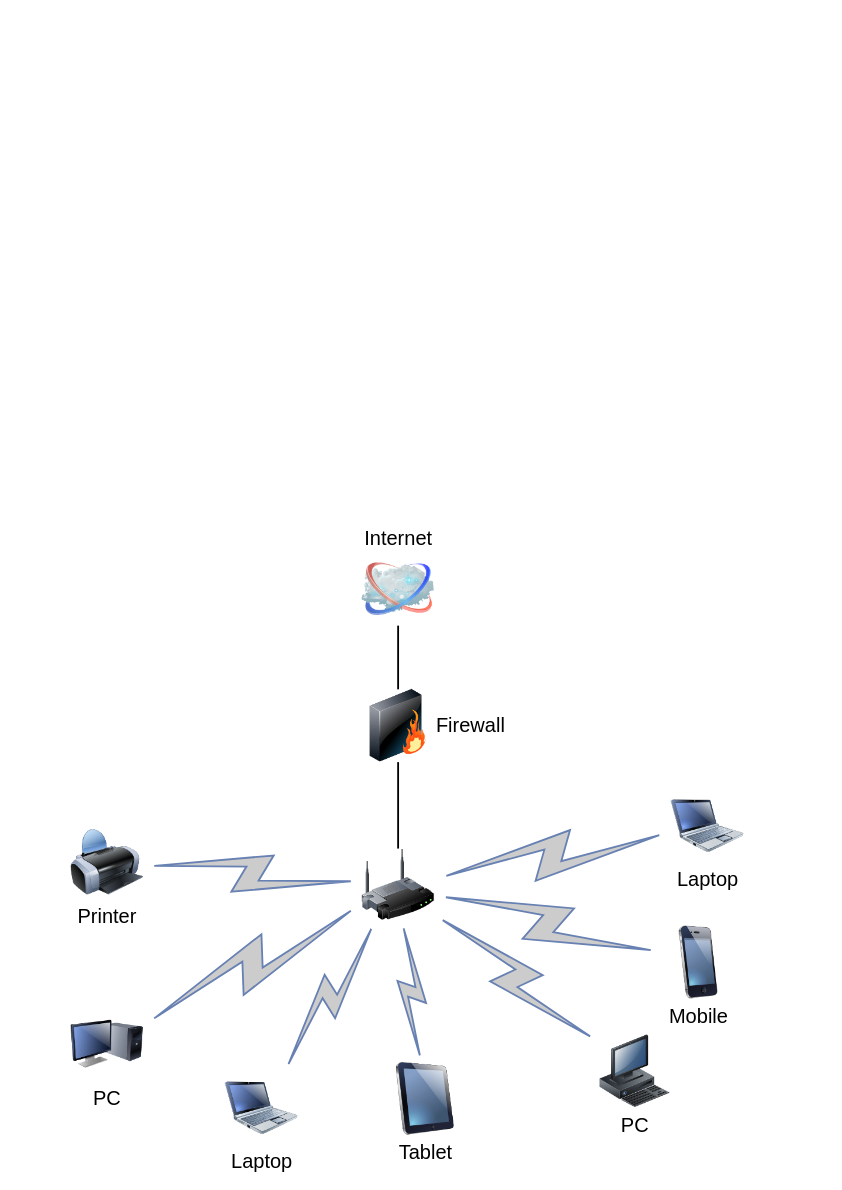
Before: zabbix_arch_example.drawio in padowla/super-fortnight, a draw.io diagram. Source tidied: cells renumbered, new cells numbered last; positions are measured from the earlier drawing's top-left corner, leaving out a move shared by most shapes. Both pictures are drawn from the tidied source at 91%, with x=0, y=0 at pixel (70, 552).
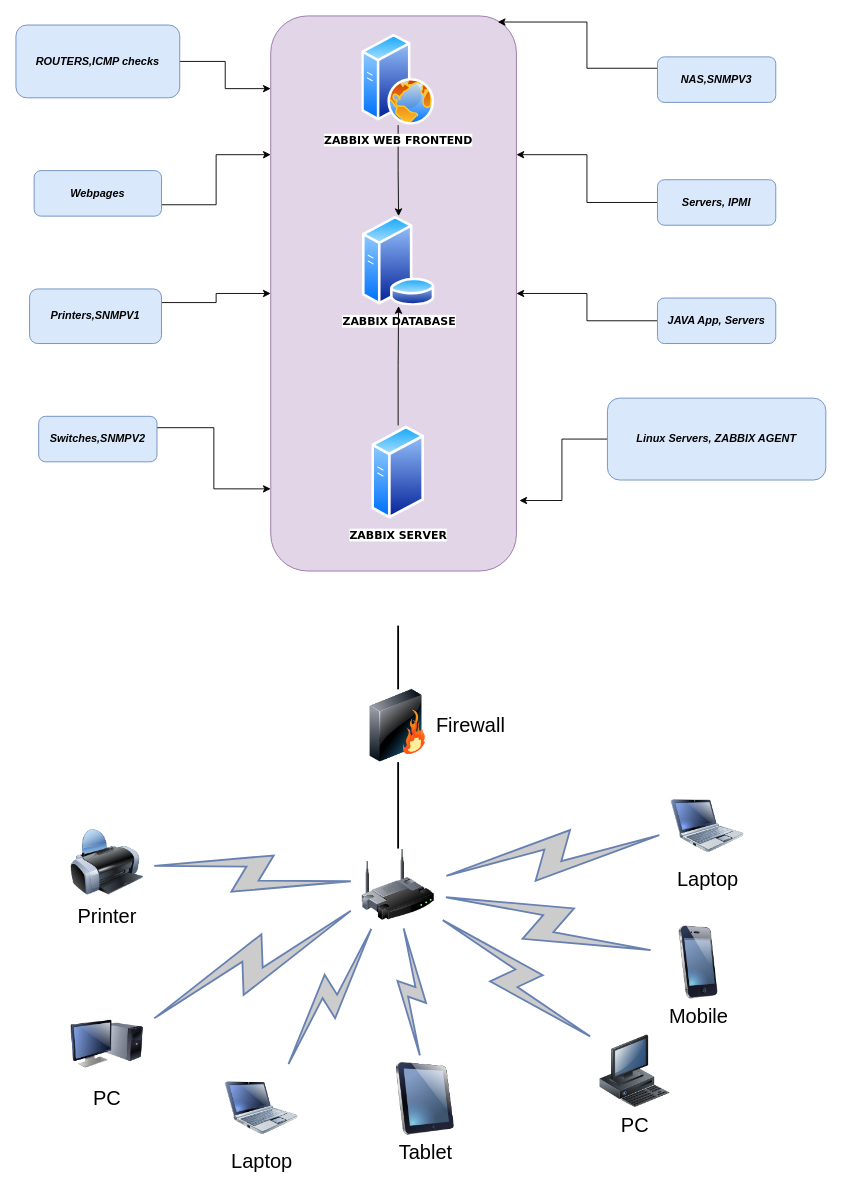
The same diagram, later.

Unchanged cells that the change refers to:
```xml
<mxCell id="6" value="Firewall" style="image;html=1;labelBackgroundColor=#ffffff;image=img/lib/clip_art/networking/Firewall_128x128.png;rounded=1;shadow=0;comic=0;strokeWidth=2;fontSize=22;labelPosition=right;verticalLabelPosition=middle;align=left;verticalAlign=middle;" parent="1" vertex="1">
  <mxGeometry x="320" y="150" width="80" height="80" as="geometry" />
</mxCell>
```

What changed in the source:
```diff
@@
+    <mxCell id="21" style="rounded=1;whiteSpace=wrap;html=1;fillColor=#e1d5e7;strokeColor=#9673a6;" parent="1" vertex="1">
+      <mxGeometry x="220" y="-590" width="270" height="610" as="geometry" />
+    </mxCell>
@@
-    <mxCell id="4" value="Internet" style="image;html=1;labelBackgroundColor=#ffffff;image=img/lib/clip_art/networking/Cloud_128x128.png;rounded=1;shadow=0;comic=0;strokeWidth=2;fontSize=22;labelPosition=center;verticalLabelPosition=top;align=center;verticalAlign=bottom;" parent="1" vertex="1">
-      <mxGeometry x="320" width="80" height="80" as="geometry" />
-    </mxCell>
-    <mxCell id="5" style="edgeStyle=none;rounded=0;html=1;labelBackgroundColor=none;endArrow=none;strokeWidth=2;fontFamily=Verdana;fontSize=22;" parent="1" edge="1" source="6" target="4">
-      <mxGeometry relative="1" as="geometry" />
+    <mxCell id="5" style="edgeStyle=none;rounded=0;html=1;labelBackgroundColor=none;endArrow=none;strokeWidth=2;fontFamily=Verdana;fontSize=22;" parent="1" edge="1" source="6">
+      <mxGeometry relative="1" as="geometry">
+        <mxPoint x="360" y="80" as="targetPoint" />
+      </mxGeometry>
     </mxCell>
@@
+    <mxCell id="22" style="edgeStyle=orthogonalEdgeStyle;rounded=0;jettySize=auto;html=1;" parent="1" edge="1" source="23" target="24">
+      <mxGeometry relative="1" as="geometry" />
+    </mxCell>
+    <mxCell id="23" value="&lt;font face=&quot;Verdana&quot;&gt;&lt;b&gt;ZABBIX WEB FRONTEND&lt;br&gt;&lt;/b&gt;&lt;/font&gt;" style="perimeter=ellipsePerimeter;html=1;align=center;shadow=0;dashed=0;spacingTop=3;image;image=img/lib/active_directory/web_server.svg;" parent="1" vertex="1">
+      <mxGeometry x="320" y="-570" width="80" height="100" as="geometry" />
+    </mxCell>
+    <mxCell id="24" value="&lt;b&gt;&lt;font face=&quot;Verdana&quot;&gt;ZABBIX DATABASE&lt;br&gt;&lt;/font&gt;&lt;/b&gt;" style="perimeter=ellipsePerimeter;html=1;align=center;shadow=0;dashed=0;spacingTop=3;image;image=img/lib/active_directory/database_server.svg;" parent="1" vertex="1">
+      <mxGeometry x="320" y="-370" width="81" height="98.8" as="geometry" />
+    </mxCell>
+    <mxCell id="25" style="edgeStyle=orthogonalEdgeStyle;rounded=0;jettySize=auto;html=1;" parent="1" edge="1" source="26" target="24">
+      <mxGeometry relative="1" as="geometry" />
+    </mxCell>
+    <mxCell id="26" value="&lt;font face=&quot;Verdana&quot;&gt;&lt;b&gt;ZABBIX SERVER&lt;br&gt;&lt;/b&gt;&lt;/font&gt;" style="perimeter=ellipsePerimeter;html=1;align=center;shadow=0;dashed=0;spacingTop=3;image;image=img/lib/active_directory/generic_server.svg;" parent="1" vertex="1">
+      <mxGeometry x="331" y="-140" width="58" height="103.6" as="geometry" />
+    </mxCell>
+    <mxCell id="27" style="edgeStyle=orthogonalEdgeStyle;rounded=0;jettySize=auto;html=1;exitX=1;exitY=0.5;exitDx=0;exitDy=0;entryX=0;entryY=0.131;entryDx=0;entryDy=0;entryPerimeter=0;" parent="1" edge="1" source="28" target="21">
+      <mxGeometry relative="1" as="geometry" />
+    </mxCell>
+    <mxCell id="28" value="&lt;b&gt;&lt;i&gt;ROUTERS,ICMP checks&lt;br&gt;&lt;/i&gt;&lt;/b&gt;" style="rounded=1;whiteSpace=wrap;html=1;fillColor=#dae8fc;strokeColor=#6c8ebf;" parent="1" vertex="1">
+      <mxGeometry x="-60" y="-580" width="180" height="80" as="geometry" />
+    </mxCell>
+    <mxCell id="29" style="edgeStyle=orthogonalEdgeStyle;rounded=0;jettySize=auto;html=1;exitX=1;exitY=0.75;exitDx=0;exitDy=0;entryX=0;entryY=0.25;entryDx=0;entryDy=0;" parent="1" edge="1" source="30" target="21">
+      <mxGeometry relative="1" as="geometry" />
+    </mxCell>
+    <mxCell id="30" value="&lt;i&gt;&lt;b&gt;Webpages&lt;/b&gt;&lt;/i&gt;" style="rounded=1;whiteSpace=wrap;html=1;fillColor=#dae8fc;strokeColor=#6c8ebf;" parent="1" vertex="1">
+      <mxGeometry x="-40" y="-420" width="140" height="50" as="geometry" />
+    </mxCell>
+    <mxCell id="31" style="edgeStyle=orthogonalEdgeStyle;rounded=0;jettySize=auto;html=1;exitX=1;exitY=0.25;exitDx=0;exitDy=0;" parent="1" edge="1" source="32" target="21">
+      <mxGeometry relative="1" as="geometry" />
+    </mxCell>
+    <mxCell id="32" value="&lt;i&gt;&lt;b&gt;Printers,SNMPV1&lt;/b&gt;&lt;/i&gt;" style="rounded=1;whiteSpace=wrap;html=1;fillColor=#dae8fc;strokeColor=#6c8ebf;" parent="1" vertex="1">
+      <mxGeometry x="-45" y="-290" width="145" height="60" as="geometry" />
+    </mxCell>
+    <mxCell id="33" style="edgeStyle=orthogonalEdgeStyle;rounded=0;jettySize=auto;html=1;exitX=1;exitY=0.25;exitDx=0;exitDy=0;entryX=0;entryY=0.852;entryDx=0;entryDy=0;entryPerimeter=0;" parent="1" edge="1" source="34" target="21">
+      <mxGeometry relative="1" as="geometry" />
+    </mxCell>
+    <mxCell id="34" value="&lt;i&gt;&lt;b&gt;Switches,SNMPV2&lt;/b&gt;&lt;/i&gt;" style="rounded=1;whiteSpace=wrap;html=1;fillColor=#dae8fc;strokeColor=#6c8ebf;" parent="1" vertex="1">
+      <mxGeometry x="-35" y="-150" width="130" height="50" as="geometry" />
+    </mxCell>
+    <mxCell id="35" style="edgeStyle=orthogonalEdgeStyle;rounded=0;jettySize=auto;html=1;exitX=0;exitY=0.25;exitDx=0;exitDy=0;entryX=0.924;entryY=0.011;entryDx=0;entryDy=0;entryPerimeter=0;" parent="1" edge="1" source="36" target="21">
+      <mxGeometry relative="1" as="geometry" />
+    </mxCell>
+    <mxCell id="36" value="&lt;i&gt;&lt;b&gt;NAS,SNMPV3&lt;/b&gt;&lt;/i&gt;" style="rounded=1;whiteSpace=wrap;html=1;fillColor=#dae8fc;strokeColor=#6c8ebf;" parent="1" vertex="1">
+      <mxGeometry x="645" y="-545" width="130" height="50" as="geometry" />
+    </mxCell>
+    <mxCell id="37" style="edgeStyle=orthogonalEdgeStyle;rounded=0;jettySize=auto;html=1;exitX=0;exitY=0.5;exitDx=0;exitDy=0;entryX=1;entryY=0.25;entryDx=0;entryDy=0;" parent="1" edge="1" source="38" target="21">
+      <mxGeometry relative="1" as="geometry" />
+    </mxCell>
+    <mxCell id="38" value="&lt;i&gt;&lt;b&gt;Servers, IPMI&lt;br&gt;&lt;/b&gt;&lt;/i&gt;" style="rounded=1;whiteSpace=wrap;html=1;fillColor=#dae8fc;strokeColor=#6c8ebf;" parent="1" vertex="1">
+      <mxGeometry x="645" y="-410" width="130" height="50" as="geometry" />
+    </mxCell>
+    <mxCell id="39" style="edgeStyle=orthogonalEdgeStyle;rounded=0;jettySize=auto;html=1;exitX=0;exitY=0.5;exitDx=0;exitDy=0;entryX=1;entryY=0.5;entryDx=0;entryDy=0;" parent="1" edge="1" source="40" target="21">
+      <mxGeometry relative="1" as="geometry" />
+    </mxCell>
+    <mxCell id="40" value="&lt;i&gt;&lt;b&gt;JAVA App, Servers&lt;br&gt;&lt;/b&gt;&lt;/i&gt;" style="rounded=1;whiteSpace=wrap;html=1;fillColor=#dae8fc;strokeColor=#6c8ebf;" parent="1" vertex="1">
+      <mxGeometry x="645" y="-280" width="130" height="50" as="geometry" />
+    </mxCell>
+    <mxCell id="41" style="edgeStyle=orthogonalEdgeStyle;rounded=0;jettySize=auto;html=1;exitX=0;exitY=0.5;exitDx=0;exitDy=0;entryX=1.012;entryY=0.873;entryDx=0;entryDy=0;entryPerimeter=0;" parent="1" edge="1" source="42" target="21">
+      <mxGeometry relative="1" as="geometry" />
+    </mxCell>
+    <mxCell id="42" value="&lt;i&gt;&lt;b&gt;Linux Servers, ZABBIX AGENT&lt;br&gt;&lt;/b&gt;&lt;/i&gt;" style="rounded=1;whiteSpace=wrap;html=1;fillColor=#dae8fc;strokeColor=#6c8ebf;" parent="1" vertex="1">
+      <mxGeometry x="590" y="-170" width="240" height="90" as="geometry" />
+    </mxCell>
```
